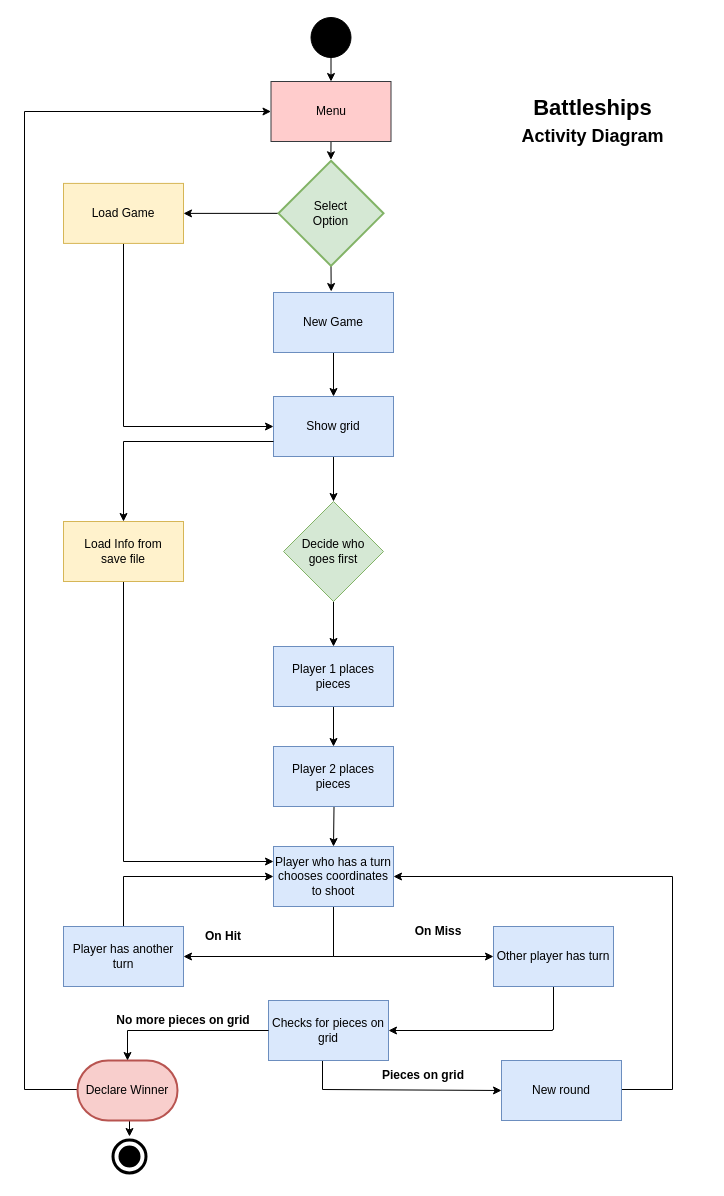
Above: ui/Flowchart/Battleships.drawio in guilhermemmeirelles/Battleship (draw.io), before the change. Source tidied: cells renumbered, new cells numbered last; positions are measured from the earlier drawing's top-left corner, leaving out a move shared by most shapes. Both pictures are drawn from the tidied source at 100%, with x=0, y=0 at pixel (24, 17).
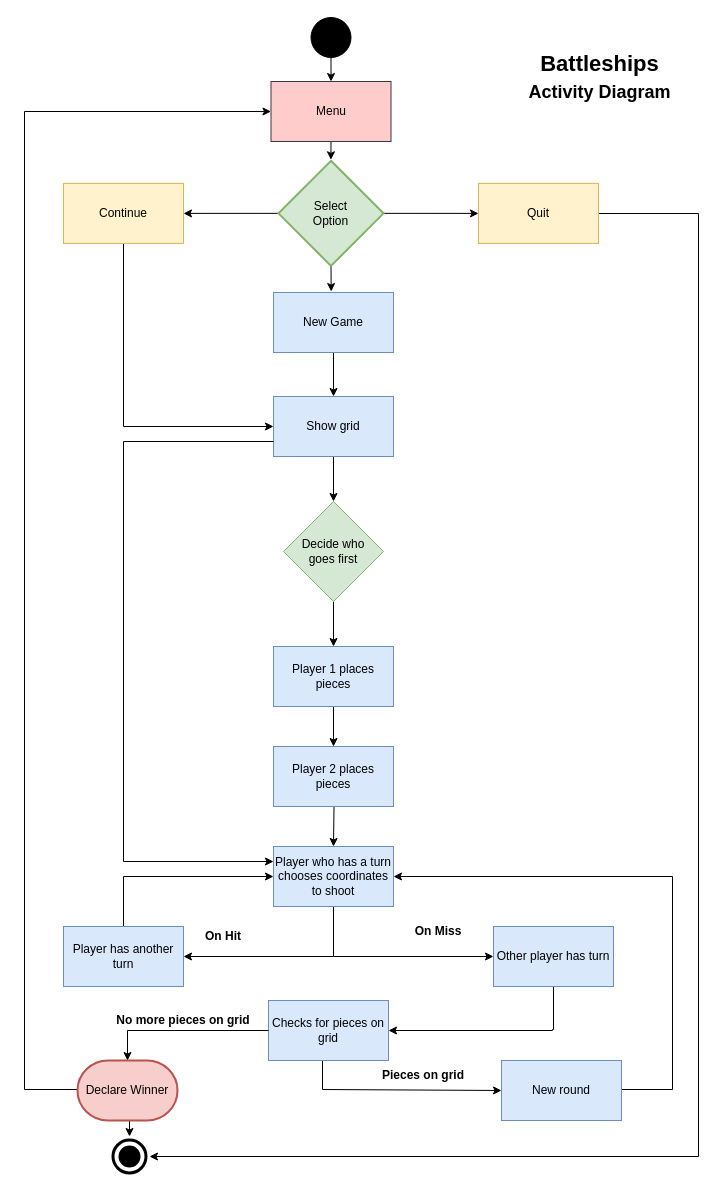
Above is the later version.

Unchanged cells that the change refers to:
```xml
<mxCell id="2" style="ellipse;shape=doubleEllipse;whiteSpace=wrap;html=1;fillColor=#000000;strokeColor=#FFFFFF;fontColor=#ffffff;perimeterSpacing=0;strokeWidth=4;shadow=0;" parent="1" vertex="1">
  <mxGeometry x="85" y="1119" width="40" height="40" as="geometry" />
</mxCell>
<mxCell id="10" value="Show grid" style="rounded=0;whiteSpace=wrap;html=1;fillColor=#dae8fc;strokeColor=#6c8ebf;shadow=0;" parent="1" vertex="1">
  <mxGeometry x="249" y="379" width="120" height="60" as="geometry" />
</mxCell>
<mxCell id="17" value="Player who has a turn chooses coordinates to shoot" style="rounded=0;whiteSpace=wrap;html=1;fillColor=#dae8fc;strokeColor=#6c8ebf;shadow=0;" parent="1" vertex="1">
  <mxGeometry x="249" y="829" width="120" height="60" as="geometry" />
</mxCell>
<mxCell id="23" value="Select&lt;br&gt;Option" style="strokeWidth=2;html=1;shape=mxgraph.flowchart.decision;whiteSpace=wrap;fillColor=#d5e8d4;strokeColor=#82b366;shadow=0;" parent="1" vertex="1">
  <mxGeometry x="254" y="143.3" width="105" height="105.1" as="geometry" />
</mxCell>
```

The edit, as a diff of the source:
```diff
@@
-    <mxCell id="6" value="Load Game" style="rounded=0;whiteSpace=wrap;html=1;fillColor=#fff2cc;strokeColor=#d6b656;shadow=0;" parent="1" vertex="1">
+    <mxCell id="6" value="Continue" style="rounded=0;whiteSpace=wrap;html=1;fillColor=#fff2cc;strokeColor=#d6b656;shadow=0;" parent="1" vertex="1">
       <mxGeometry x="39" y="165.9" width="120" height="60" as="geometry" />
     </mxCell>
@@
-    <mxCell id="20" style="edgeStyle=orthogonalEdgeStyle;rounded=0;jettySize=auto;html=1;exitX=0;exitY=0.75;exitDx=0;exitDy=0;entryX=0.5;entryY=0;entryDx=0;entryDy=0;shadow=0;" parent="1" edge="1" source="10" target="25">
+    <mxCell id="20" style="edgeStyle=orthogonalEdgeStyle;rounded=0;jettySize=auto;html=1;exitX=0;exitY=0.75;exitDx=0;exitDy=0;entryX=0;entryY=0.25;entryDx=0;entryDy=0;shadow=0;" parent="1" edge="1" source="10" target="17">
       <mxGeometry relative="1" as="geometry">
         <Array as="points">
           <mxPoint x="99" y="424" />
+          <mxPoint x="99" y="844" />
         </Array>
       </mxGeometry>
     </mxCell>
@@
+    <mxCell id="45" style="edgeStyle=orthogonalEdgeStyle;rounded=0;jettySize=auto;html=1;exitX=1;exitY=0.5;exitDx=0;exitDy=0;exitPerimeter=0;entryX=0;entryY=0.5;entryDx=0;entryDy=0;" parent="1" edge="1" source="23" target="47">
+      <mxGeometry relative="1" as="geometry" />
+    </mxCell>
@@
-    <mxCell id="24" style="edgeStyle=orthogonalEdgeStyle;rounded=0;jettySize=auto;html=1;exitX=0.5;exitY=1;exitDx=0;exitDy=0;entryX=0;entryY=0.25;entryDx=0;entryDy=0;shadow=0;" parent="1" edge="1" source="25" target="17">
-      <mxGeometry relative="1" as="geometry" />
-    </mxCell>
-    <mxCell id="25" value="Load Info from&lt;br&gt;save file" style="rounded=0;whiteSpace=wrap;html=1;fillColor=#fff2cc;strokeColor=#d6b656;shadow=0;" parent="1" vertex="1">
-      <mxGeometry x="39" y="504" width="120" height="60" as="geometry" />
-    </mxCell>
@@
     <mxCell id="44" value="&lt;b&gt;Battleships&lt;br&gt;&lt;font style=&quot;font-size: 18px&quot;&gt;Activity Diagram&lt;/font&gt;&lt;br&gt;&lt;/b&gt;" style="text;html=1;fillColor=none;align=center;verticalAlign=middle;whiteSpace=wrap;rounded=0;fontSize=22;shadow=0;" parent="1" vertex="1">
-      <mxGeometry x="475" y="73.1" width="187" height="60.9" as="geometry" />
+      <mxGeometry x="482" y="30" width="187" height="60.9" as="geometry" />
     </mxCell>
+    <mxCell id="46" style="edgeStyle=orthogonalEdgeStyle;rounded=0;jettySize=auto;html=1;exitX=0.5;exitY=1;exitDx=0;exitDy=0;entryX=1;entryY=0.5;entryDx=0;entryDy=0;" parent="1" edge="1" source="47" target="2">
+      <mxGeometry relative="1" as="geometry">
+        <Array as="points">
+          <mxPoint x="514" y="196" />
+          <mxPoint x="674" y="196" />
+          <mxPoint x="674" y="1139" />
+        </Array>
+      </mxGeometry>
+    </mxCell>
+    <mxCell id="47" value="Quit" style="rounded=0;whiteSpace=wrap;html=1;fillColor=#fff2cc;strokeColor=#d6b656;" parent="1" vertex="1">
+      <mxGeometry x="454" y="165.9" width="120" height="60" as="geometry" />
+    </mxCell>
```
